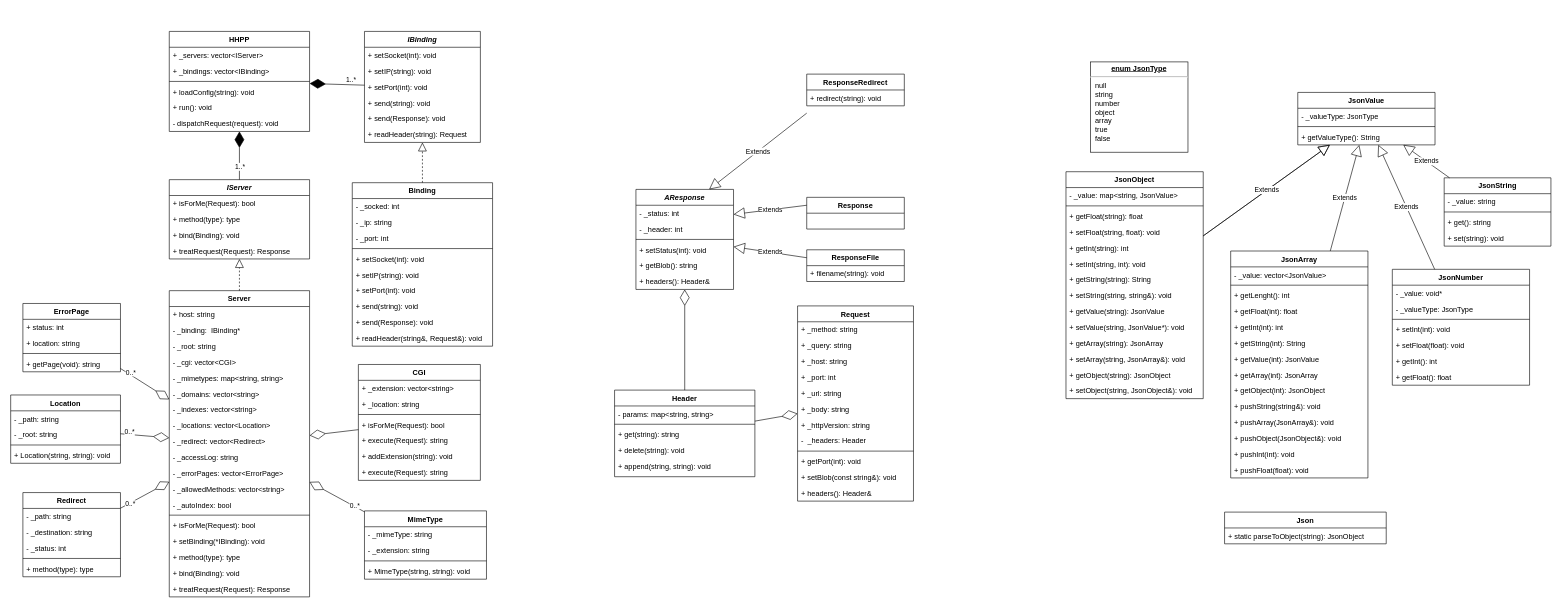
Earlier version of the draw.io diagram doc/architecture.drawio (danielthalmann/42hhpp). Source tidied: cells renumbered, new cells numbered last; positions are measured from the earlier drawing's top-left corner, leaving out a move shared by most shapes. Both pictures are drawn from the tidied source at 61%, with x=0, y=0 at pixel (10, 31).
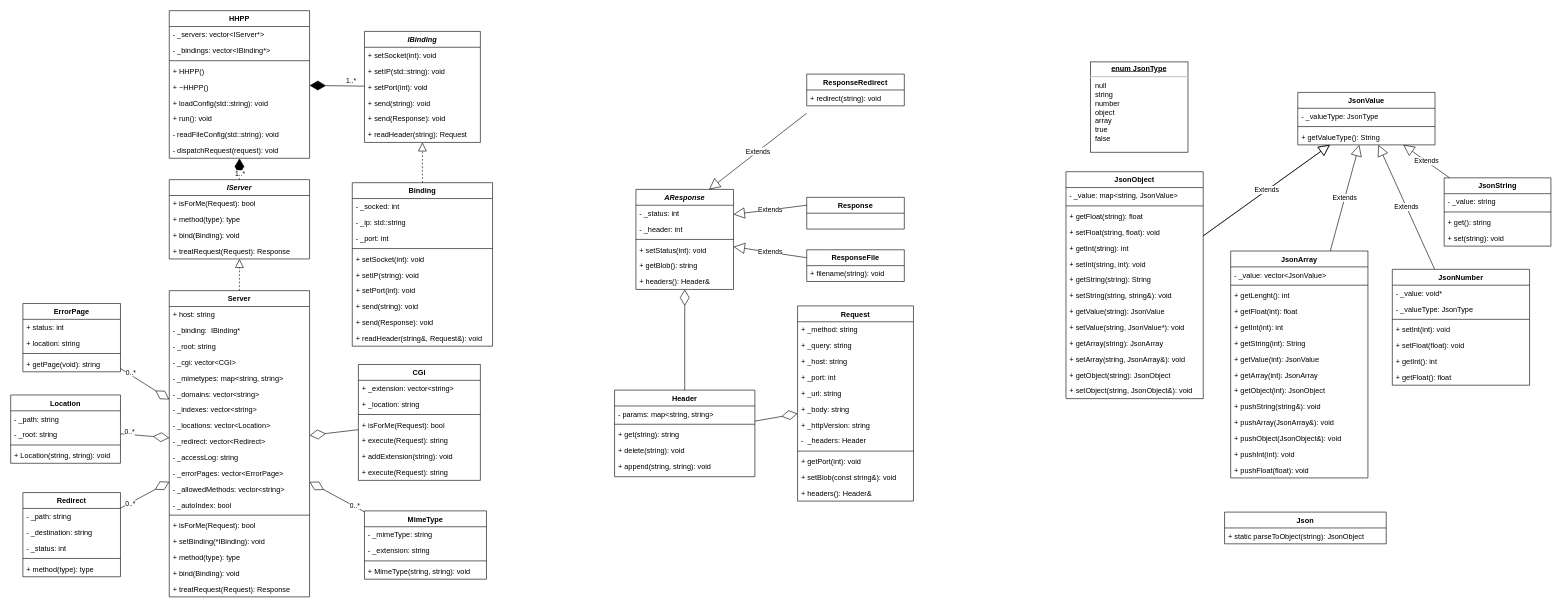
The same diagram, later.

Unchanged cells that the change refers to:
```xml
<mxCell id="56" value="IBinding" style="swimlane;fontStyle=3;align=center;verticalAlign=top;horizontal=1;startSize=26;" parent="1" vertex="1">
  <mxGeometry x="580" width="190" height="182" as="geometry" />
</mxCell>
<mxCell id="80" value="Binding" style="swimlane;fontStyle=1;align=center;verticalAlign=top;horizontal=1;startSize=26;" parent="1" vertex="1">
  <mxGeometry x="560" y="248" width="230" height="268" as="geometry" />
</mxCell>
```

Change to the diagram source:
```diff
@@
-    <mxCell id="58" value="+ setIP(string): void" style="text;strokeColor=none;fillColor=none;align=left;verticalAlign=top;spacingLeft=4;spacingRight=4;overflow=hidden;" parent="56" vertex="1">
+    <mxCell id="58" value="+ setIP(std::string): void" style="text;strokeColor=none;fillColor=none;align=left;verticalAlign=top;spacingLeft=4;spacingRight=4;overflow=hidden;" parent="56" vertex="1">
       <mxGeometry y="52" width="190" height="26" as="geometry" />
     </mxCell>
@@
     <mxCell id="63" value="HHPP" style="swimlane;fontStyle=1;align=center;verticalAlign=top;horizontal=1;startSize=26;" parent="1" vertex="1">
-      <mxGeometry x="260" width="230" height="164" as="geometry" />
+      <mxGeometry x="260" y="-34" width="230" height="242" as="geometry" />
     </mxCell>
-    <mxCell id="64" value="+ _servers: vector&lt;IServer&gt;" style="text;strokeColor=none;fillColor=none;align=left;verticalAlign=top;spacingLeft=4;spacingRight=4;overflow=hidden;" parent="63" vertex="1">
+    <mxCell id="64" value="- _servers: vector&lt;IServer*&gt;" style="text;strokeColor=none;fillColor=none;align=left;verticalAlign=top;spacingLeft=4;spacingRight=4;overflow=hidden;" parent="63" vertex="1">
       <mxGeometry y="26" width="230" height="26" as="geometry" />
     </mxCell>
-    <mxCell id="65" value="+ _bindings: vector&lt;IBinding&gt;" style="text;strokeColor=none;fillColor=none;align=left;verticalAlign=top;spacingLeft=4;spacingRight=4;overflow=hidden;" parent="63" vertex="1">
+    <mxCell id="65" value="- _bindings: vector&lt;IBinding*&gt;" style="text;strokeColor=none;fillColor=none;align=left;verticalAlign=top;spacingLeft=4;spacingRight=4;overflow=hidden;" parent="63" vertex="1">
       <mxGeometry y="52" width="230" height="26" as="geometry" />
     </mxCell>
@@
+    <mxCell id="183" value="+ HHPP()" style="text;strokeColor=none;fillColor=none;align=left;verticalAlign=top;spacingLeft=4;spacingRight=4;overflow=hidden;" parent="63" vertex="1">
+      <mxGeometry y="86" width="230" height="26" as="geometry" />
+    </mxCell>
+    <mxCell id="184" value="+ ~HHPP()" style="text;strokeColor=none;fillColor=none;align=left;verticalAlign=top;spacingLeft=4;spacingRight=4;overflow=hidden;" parent="63" vertex="1">
+      <mxGeometry y="112" width="230" height="26" as="geometry" />
+    </mxCell>
-    <mxCell id="67" value="+ loadConfig(string): void" style="text;strokeColor=none;fillColor=none;align=left;verticalAlign=top;spacingLeft=4;spacingRight=4;overflow=hidden;" parent="63" vertex="1">
-      <mxGeometry y="86" width="230" height="26" as="geometry" />
+    <mxCell id="67" value="+ loadConfig(std::string): void" style="text;strokeColor=none;fillColor=none;align=left;verticalAlign=top;spacingLeft=4;spacingRight=4;overflow=hidden;" parent="63" vertex="1">
+      <mxGeometry y="138" width="230" height="26" as="geometry" />
     </mxCell>
     <mxCell id="68" value="+ run(): void" style="text;strokeColor=none;fillColor=none;align=left;verticalAlign=top;spacingLeft=4;spacingRight=4;overflow=hidden;" parent="63" vertex="1">
-      <mxGeometry y="112" width="230" height="26" as="geometry" />
+      <mxGeometry y="164" width="230" height="26" as="geometry" />
     </mxCell>
+    <mxCell id="185" value="- readFileConfig(std::string): void" style="text;strokeColor=none;fillColor=none;align=left;verticalAlign=top;spacingLeft=4;spacingRight=4;overflow=hidden;" parent="63" vertex="1">
+      <mxGeometry y="190" width="230" height="26" as="geometry" />
+    </mxCell>
     <mxCell id="69" value="- dispatchRequest(request): void" style="text;strokeColor=none;fillColor=none;align=left;verticalAlign=top;spacingLeft=4;spacingRight=4;overflow=hidden;" parent="63" vertex="1">
-      <mxGeometry y="138" width="230" height="26" as="geometry" />
+      <mxGeometry y="216" width="230" height="26" as="geometry" />
     </mxCell>
@@
-    <mxCell id="82" value="- _ip: string" style="text;strokeColor=none;fillColor=none;align=left;verticalAlign=top;spacingLeft=4;spacingRight=4;overflow=hidden;" parent="80" vertex="1">
+    <mxCell id="82" value="- _ip: std::string" style="text;strokeColor=none;fillColor=none;align=left;verticalAlign=top;spacingLeft=4;spacingRight=4;overflow=hidden;" parent="80" vertex="1">
       <mxGeometry y="52" width="230" height="26" as="geometry" />
     </mxCell>
```
